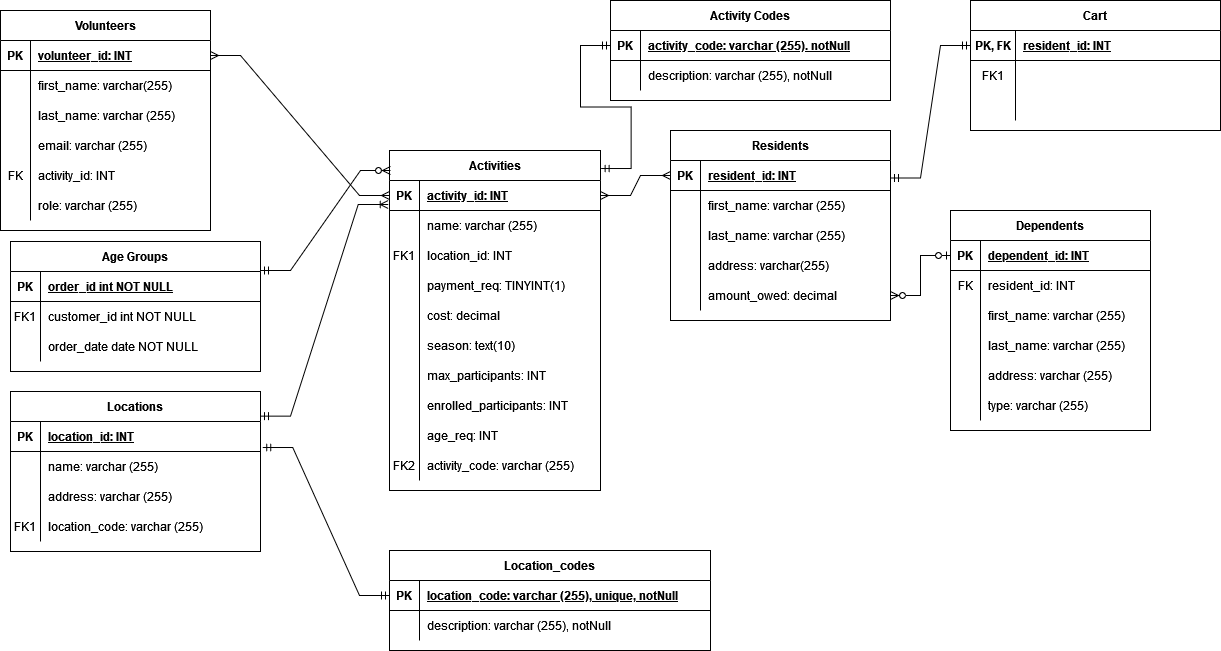
Before: 340.drawio.png, a diagram exported from draw.io (arse0039/340_db). Source tidied: cells renumbered, new cells last; positions are measured from the earlier drawing's top-left corner, leaving out a move shared by most shapes.
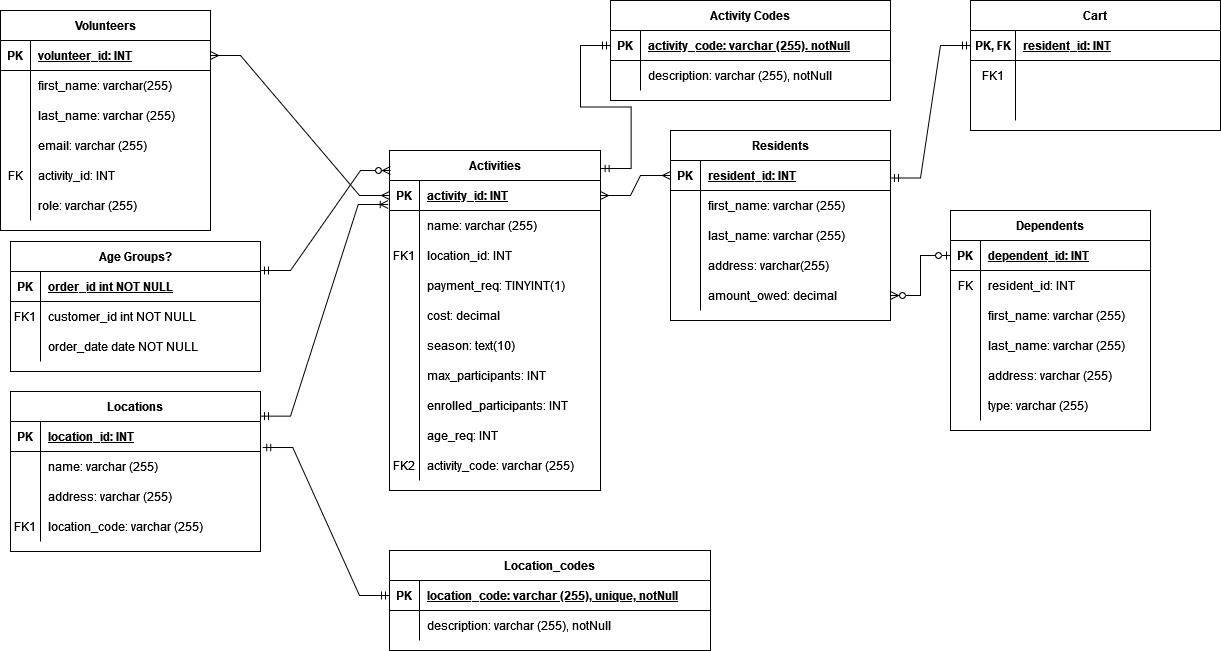
The same file after the commit.

What changed in the source:
```diff
@@ -98,7 +98,7 @@
     <mxCell id="33" value="role: varchar (255)" style="shape=partialRectangle;overflow=hidden;fillColor=none;top=0;left=0;bottom=0;right=0;align=left;spacingLeft=6;" parent="31" vertex="1">
       <mxGeometry x="30" width="180" height="30" as="geometry" />
     </mxCell>
-    <mxCell id="34" value="Age Groups" style="shape=table;startSize=30;rowLines=0;fontStyle=1;align=center;" parent="1" vertex="1">
+    <mxCell id="34" value="Age Groups?" style="shape=table;startSize=30;rowLines=0;fontStyle=1;align=center;" parent="1" vertex="1">
       <mxGeometry x="10" y="241" width="250" height="130" as="geometry" />
     </mxCell>
     <mxCell id="35" style="shape=partialRectangle;fillColor=none;top=0;left=0;right=0;bottom=1;" parent="34" vertex="1">
```
